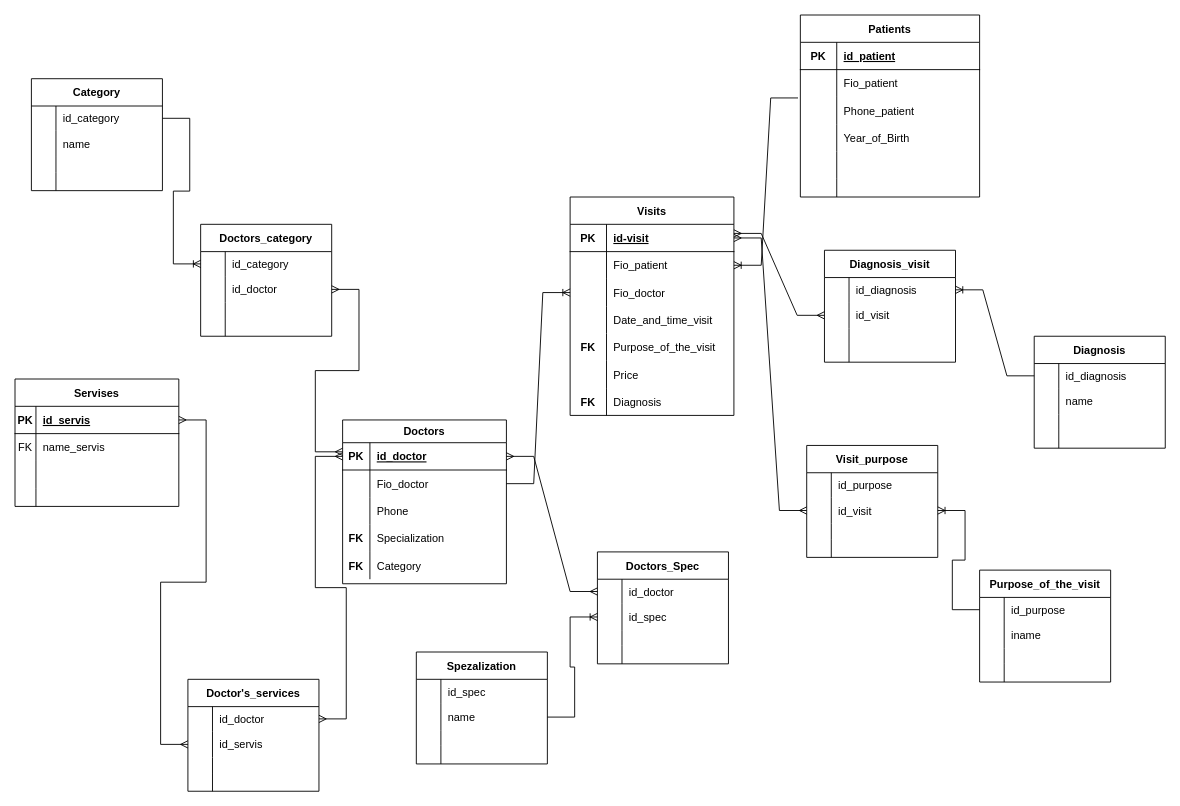
Palych1111/stomatology keeps this draw.io diagram as stomatology_clinic.drawio. Above is the earlier version. Source tidied: cells renumbered, new cells numbered last; positions are measured from the earlier drawing's top-left corner, leaving out a move shared by most shapes. Both pictures are drawn from the tidied source at 91%, with x=0, y=0 at pixel (15, 15).
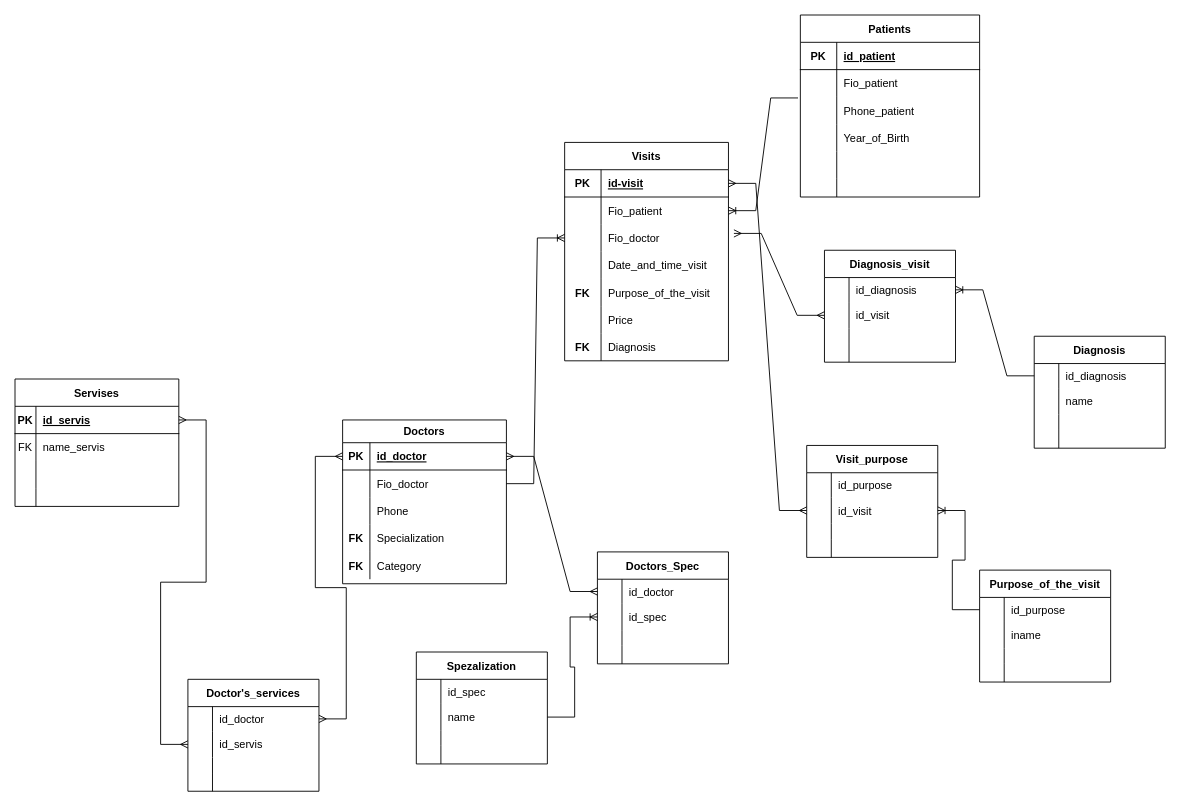
The same diagram, later.

The edit, as a diff of the source:
```diff
@@
     <mxCell id="2" value="Visits" style="shape=table;startSize=30;childLayout=tableLayout;rowLines=0;fontStyle=1;align=center;" parent="1" vertex="1">
-      <mxGeometry x="610" y="200" width="180" height="240" as="geometry" />
+      <mxGeometry x="604" y="140" width="180" height="240" as="geometry" />
     </mxCell>
@@
-    <mxCell id="117" value="Category" style="shape=table;startSize=30;childLayout=tableLayout;rowLines=0;fontStyle=1;align=center;strokeWidth=1;perimeterSpacing=1;shadow=0;rounded=0;columnLines=1;" parent="1" vertex="1">
-      <mxGeometry x="18" y="70" width="144" height="123" as="geometry" />
-    </mxCell>
-    <mxCell id="118" style="shape=tableRow;horizontal=0;startSize=0;swimlaneHead=0;swimlaneBody=0;fillColor=none;points=[[0,0.5],[1,0.5]];portConstraint=eastwest;top=0;left=0;right=0;bottom=0;" parent="117" vertex="1">
-      <mxGeometry y="30" width="144" height="27" as="geometry" />
-    </mxCell>
-    <mxCell id="119" style="shape=partialRectangle;fillColor=none;top=0;left=0;bottom=0;right=0;overflow=hidden;" parent="118" vertex="1">
-      <mxGeometry width="27" height="27" as="geometry" />
-    </mxCell>
-    <mxCell id="120" value="id_category" style="shape=partialRectangle;fillColor=none;top=0;left=0;bottom=0;right=0;align=left;spacingLeft=6;overflow=hidden;" parent="118" vertex="1">
-      <mxGeometry x="27" width="117" height="27" as="geometry" />
-    </mxCell>
-    <mxCell id="121" style="shape=tableRow;horizontal=0;startSize=0;swimlaneHead=0;swimlaneBody=0;fillColor=none;top=0;left=0;right=0;bottom=0;" parent="117" vertex="1">
-      <mxGeometry y="57" width="144" height="29" as="geometry" />
-    </mxCell>
-    <mxCell id="122" style="shape=partialRectangle;fillColor=none;top=0;left=0;bottom=0;right=0;overflow=hidden;" parent="121" vertex="1">
-      <mxGeometry width="27" height="29" as="geometry" />
-    </mxCell>
-    <mxCell id="123" value="name" style="shape=partialRectangle;fillColor=none;top=0;left=0;bottom=0;right=0;align=left;spacingLeft=6;overflow=hidden;" parent="121" vertex="1">
-      <mxGeometry x="27" width="117" height="29" as="geometry" />
-    </mxCell>
-    <mxCell id="124" style="shape=tableRow;horizontal=0;startSize=0;swimlaneHead=0;swimlaneBody=0;fillColor=none;top=0;left=0;right=0;bottom=0;" parent="117" vertex="1">
-      <mxGeometry y="86" width="144" height="17" as="geometry" />
-    </mxCell>
-    <mxCell id="125" style="shape=partialRectangle;fillColor=none;top=0;left=0;bottom=0;right=0;overflow=hidden;" parent="124" vertex="1">
-      <mxGeometry width="27" height="17" as="geometry" />
-    </mxCell>
-    <mxCell id="126" style="shape=partialRectangle;fillColor=none;top=0;left=0;bottom=0;right=0;align=left;spacingLeft=6;overflow=hidden;" parent="124" vertex="1">
-      <mxGeometry x="27" width="117" height="17" as="geometry" />
-    </mxCell>
-    <mxCell id="127" style="shape=tableRow;horizontal=0;startSize=0;swimlaneHead=0;swimlaneBody=0;fillColor=none;top=0;left=0;right=0;bottom=0;" parent="117" vertex="1">
-      <mxGeometry y="103" width="144" height="20" as="geometry" />
-    </mxCell>
-    <mxCell id="128" style="shape=partialRectangle;fillColor=none;top=0;left=0;bottom=0;right=0;overflow=hidden;" parent="127" vertex="1">
-      <mxGeometry width="27" height="20" as="geometry" />
-    </mxCell>
-    <mxCell id="129" style="shape=partialRectangle;fillColor=none;top=0;left=0;bottom=0;right=0;align=left;spacingLeft=6;overflow=hidden;" parent="127" vertex="1">
-      <mxGeometry x="27" width="117" height="20" as="geometry" />
-    </mxCell>
-    <mxCell id="130" value="Doctors_category" style="shape=table;startSize=30;childLayout=tableLayout;rowLines=0;fontStyle=1;align=center;strokeWidth=1;perimeterSpacing=1;shadow=0;rounded=0;columnLines=1;" parent="1" vertex="1">
-      <mxGeometry x="204" y="230" width="144" height="123" as="geometry" />
-    </mxCell>
-    <mxCell id="131" style="shape=tableRow;horizontal=0;startSize=0;swimlaneHead=0;swimlaneBody=0;fillColor=none;points=[[0,0.5],[1,0.5]];portConstraint=eastwest;top=0;left=0;right=0;bottom=0;" parent="130" vertex="1">
-      <mxGeometry y="30" width="144" height="27" as="geometry" />
-    </mxCell>
-    <mxCell id="132" style="shape=partialRectangle;fillColor=none;top=0;left=0;bottom=0;right=0;overflow=hidden;" parent="131" vertex="1">
-      <mxGeometry width="27" height="27" as="geometry" />
-    </mxCell>
-    <mxCell id="133" value="id_category" style="shape=partialRectangle;fillColor=none;top=0;left=0;bottom=0;right=0;align=left;spacingLeft=6;overflow=hidden;" parent="131" vertex="1">
-      <mxGeometry x="27" width="117" height="27" as="geometry" />
-    </mxCell>
-    <mxCell id="134" style="shape=tableRow;horizontal=0;startSize=0;swimlaneHead=0;swimlaneBody=0;fillColor=none;points=[[0,0.5],[1,0.5]];portConstraint=eastwest;top=0;left=0;right=0;bottom=0;" parent="130" vertex="1">
-      <mxGeometry y="57" width="144" height="29" as="geometry" />
-    </mxCell>
-    <mxCell id="135" style="shape=partialRectangle;fillColor=none;top=0;left=0;bottom=0;right=0;overflow=hidden;" parent="134" vertex="1">
-      <mxGeometry width="27" height="29" as="geometry" />
-    </mxCell>
-    <mxCell id="136" value="id_doctor" style="shape=partialRectangle;fillColor=none;top=0;left=0;bottom=0;right=0;align=left;spacingLeft=6;overflow=hidden;" parent="134" vertex="1">
-      <mxGeometry x="27" width="117" height="29" as="geometry" />
-    </mxCell>
-    <mxCell id="137" style="shape=tableRow;horizontal=0;startSize=0;swimlaneHead=0;swimlaneBody=0;fillColor=none;top=0;left=0;right=0;bottom=0;" parent="130" vertex="1">
-      <mxGeometry y="86" width="144" height="17" as="geometry" />
-    </mxCell>
-    <mxCell id="138" style="shape=partialRectangle;fillColor=none;top=0;left=0;bottom=0;right=0;overflow=hidden;" parent="137" vertex="1">
-      <mxGeometry width="27" height="17" as="geometry" />
-    </mxCell>
-    <mxCell id="139" style="shape=partialRectangle;fillColor=none;top=0;left=0;bottom=0;right=0;align=left;spacingLeft=6;overflow=hidden;" parent="137" vertex="1">
-      <mxGeometry x="27" width="117" height="17" as="geometry" />
-    </mxCell>
-    <mxCell id="140" style="shape=tableRow;horizontal=0;startSize=0;swimlaneHead=0;swimlaneBody=0;fillColor=none;top=0;left=0;right=0;bottom=0;" parent="130" vertex="1">
-      <mxGeometry y="103" width="144" height="20" as="geometry" />
-    </mxCell>
-    <mxCell id="141" style="shape=partialRectangle;fillColor=none;top=0;left=0;bottom=0;right=0;overflow=hidden;" parent="140" vertex="1">
-      <mxGeometry width="27" height="20" as="geometry" />
-    </mxCell>
-    <mxCell id="142" style="shape=partialRectangle;fillColor=none;top=0;left=0;bottom=0;right=0;align=left;spacingLeft=6;overflow=hidden;" parent="140" vertex="1">
-      <mxGeometry x="27" width="117" height="20" as="geometry" />
-    </mxCell>
-    <mxCell id="143" style="edgeStyle=entityRelationEdgeStyle;fontSize=12;html=1;endArrow=ERoneToMany;rounded=0;entryX=0;entryY=0.5;entryDx=0;entryDy=0;exitX=1;exitY=0.5;exitDx=0;exitDy=0;" parent="1" edge="1" source="118" target="131">
-      <mxGeometry relative="1" as="geometry" />
-    </mxCell>
-    <mxCell id="144" style="edgeStyle=entityRelationEdgeStyle;fontSize=12;html=1;endArrow=ERmany;startArrow=ERmany;rounded=0;exitX=1;exitY=0.5;exitDx=0;exitDy=0;" parent="1" edge="1" source="134">
-      <mxGeometry relative="1" as="geometry">
-        <mxPoint x="360" y="480" as="targetPoint" />
-      </mxGeometry>
-    </mxCell>
```
